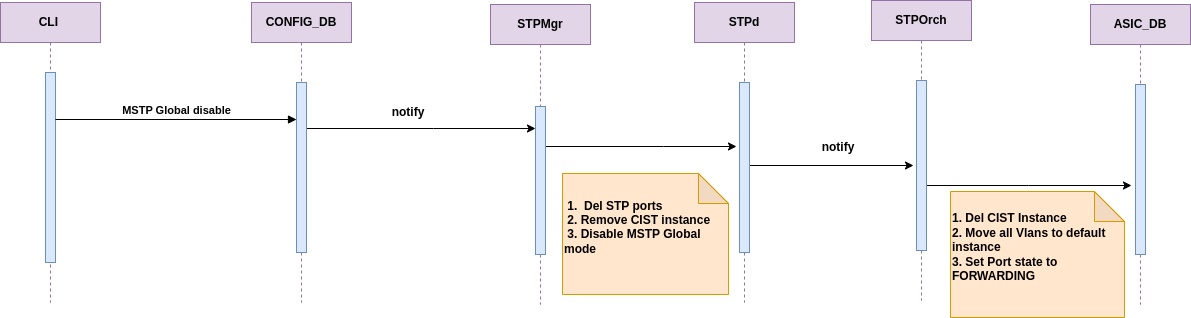
Before: doc/MSTP/images/MSTP_Global_disable.drawio.png, a diagram exported from draw.io (sonic-net/SONiC). Source tidied: cells renumbered, new cells last; positions are measured from the earlier drawing's top-left corner, leaving out a move shared by most shapes. Its diagram source:
```xml
<mxGraphModel>
  <root>
    <mxCell id="0" />
    <mxCell id="1" parent="0" />
    <mxCell id="2" value="CLI&amp;nbsp;" style="shape=umlLifeline;perimeter=lifelinePerimeter;whiteSpace=wrap;html=1;newEdgeStyle={&quot;edgeStyle&quot;:&quot;elbowEdgeStyle&quot;,&quot;elbow&quot;:&quot;vertical&quot;,&quot;curved&quot;:0,&quot;rounded&quot;:0};fillColor=#e1d5e7;strokeColor=#9673a6;fontStyle=1;" parent="1" vertex="1">
      <mxGeometry y="2" width="100" height="300" as="geometry" />
    </mxCell>
    <mxCell id="3" style="html=1;points=[];perimeter=orthogonalPerimeter;outlineConnect=0;targetShapes=umlLifeline;portConstraint=eastwest;newEdgeStyle={&quot;edgeStyle&quot;:&quot;elbowEdgeStyle&quot;,&quot;elbow&quot;:&quot;vertical&quot;,&quot;curved&quot;:0,&quot;rounded&quot;:0};fillColor=#dae8fc;strokeColor=#6c8ebf;fontStyle=1;" parent="2" vertex="1">
      <mxGeometry x="45" y="70" width="10" height="190" as="geometry" />
    </mxCell>
    <mxCell id="4" style="edgeStyle=elbowEdgeStyle;rounded=0;jettySize=auto;html=1;elbow=vertical;curved=0;fontStyle=1;" parent="1" edge="1" source="5" target="10">
      <mxGeometry relative="1" as="geometry">
        <Array as="points">
          <mxPoint x="433" y="128" />
        </Array>
      </mxGeometry>
    </mxCell>
    <mxCell id="5" value="CONFIG_DB" style="shape=umlLifeline;perimeter=lifelinePerimeter;whiteSpace=wrap;html=1;outlineConnect=0;portConstraint=eastwest;newEdgeStyle={&quot;edgeStyle&quot;:&quot;elbowEdgeStyle&quot;,&quot;elbow&quot;:&quot;vertical&quot;,&quot;curved&quot;:0,&quot;rounded&quot;:0};fillColor=#e1d5e7;strokeColor=#9673a6;fontStyle=1;" parent="1" vertex="1">
      <mxGeometry x="251" y="2" width="100" height="300" as="geometry" />
    </mxCell>
    <mxCell id="6" style="html=1;points=[];perimeter=orthogonalPerimeter;outlineConnect=0;targetShapes=umlLifeline;portConstraint=eastwest;newEdgeStyle={&quot;edgeStyle&quot;:&quot;elbowEdgeStyle&quot;,&quot;elbow&quot;:&quot;vertical&quot;,&quot;curved&quot;:0,&quot;rounded&quot;:0};fillColor=#dae8fc;strokeColor=#6c8ebf;fontStyle=1;" parent="5" vertex="1">
      <mxGeometry x="45" y="80" width="10" height="170" as="geometry" />
    </mxCell>
    <mxCell id="7" value="MSTP Global disable" style="html=1;verticalAlign=bottom;endArrow=block;edgeStyle=elbowEdgeStyle;elbow=vertical;curved=0;rounded=0;fontStyle=1;" parent="1" edge="1" source="3" target="6">
      <mxGeometry relative="1" as="geometry">
        <Array as="points">
          <mxPoint x="222" y="119" />
          <mxPoint x="260" y="82" />
        </Array>
      </mxGeometry>
    </mxCell>
    <mxCell id="8" style="edgeStyle=elbowEdgeStyle;rounded=0;jettySize=auto;html=1;elbow=vertical;curved=0;fontStyle=1;" parent="1" edge="1" source="9">
      <mxGeometry relative="1" as="geometry">
        <mxPoint x="736" y="146" as="targetPoint" />
      </mxGeometry>
    </mxCell>
    <mxCell id="9" value="STPMgr" style="shape=umlLifeline;perimeter=lifelinePerimeter;whiteSpace=wrap;html=1;outlineConnect=0;portConstraint=eastwest;newEdgeStyle={&quot;edgeStyle&quot;:&quot;elbowEdgeStyle&quot;,&quot;elbow&quot;:&quot;vertical&quot;,&quot;curved&quot;:0,&quot;rounded&quot;:0};fillColor=#e1d5e7;strokeColor=#9673a6;fontStyle=1;" parent="1" vertex="1">
      <mxGeometry x="490" y="4" width="100" height="300" as="geometry" />
    </mxCell>
    <mxCell id="10" style="html=1;points=[];perimeter=orthogonalPerimeter;outlineConnect=0;targetShapes=umlLifeline;portConstraint=eastwest;newEdgeStyle={&quot;edgeStyle&quot;:&quot;elbowEdgeStyle&quot;,&quot;elbow&quot;:&quot;vertical&quot;,&quot;curved&quot;:0,&quot;rounded&quot;:0};fillColor=#dae8fc;strokeColor=#6c8ebf;fontStyle=1;" parent="9" vertex="1">
      <mxGeometry x="45" y="102" width="10" height="148" as="geometry" />
    </mxCell>
    <mxCell id="11" style="edgeStyle=elbowEdgeStyle;rounded=0;jettySize=auto;html=1;elbow=vertical;curved=0;fontStyle=1;" parent="1" edge="1" source="12">
      <mxGeometry relative="1" as="geometry">
        <mxPoint x="913" y="165" as="targetPoint" />
      </mxGeometry>
    </mxCell>
    <mxCell id="12" value="STPd" style="shape=umlLifeline;perimeter=lifelinePerimeter;whiteSpace=wrap;html=1;outlineConnect=0;portConstraint=eastwest;newEdgeStyle={&quot;edgeStyle&quot;:&quot;elbowEdgeStyle&quot;,&quot;elbow&quot;:&quot;vertical&quot;,&quot;curved&quot;:0,&quot;rounded&quot;:0};fillColor=#e1d5e7;strokeColor=#9673a6;fontStyle=1;" parent="1" vertex="1">
      <mxGeometry x="694" y="2" width="100" height="300" as="geometry" />
    </mxCell>
    <mxCell id="13" style="html=1;perimeter=orthogonalPerimeter;targetShapes=umlLifeline;newEdgeStyle={&quot;edgeStyle&quot;:&quot;elbowEdgeStyle&quot;,&quot;elbow&quot;:&quot;vertical&quot;,&quot;curved&quot;:0,&quot;rounded&quot;:0};fillColor=#dae8fc;strokeColor=#6c8ebf;fontStyle=1;" parent="12" vertex="1">
      <mxGeometry x="45" y="80" width="10" height="170" as="geometry" />
    </mxCell>
    <mxCell id="14" style="edgeStyle=elbowEdgeStyle;rounded=0;orthogonalLoop=1;jettySize=auto;html=1;elbow=vertical;curved=0;fontStyle=1;" parent="1" edge="1">
      <mxGeometry relative="1" as="geometry">
        <mxPoint x="925" y="185" as="sourcePoint" />
        <mxPoint x="1131" y="185" as="targetPoint" />
      </mxGeometry>
    </mxCell>
    <mxCell id="15" value="STPOrch" style="shape=umlLifeline;perimeter=lifelinePerimeter;whiteSpace=wrap;html=1;newEdgeStyle={&quot;edgeStyle&quot;:&quot;elbowEdgeStyle&quot;,&quot;elbow&quot;:&quot;vertical&quot;,&quot;curved&quot;:0,&quot;rounded&quot;:0};fillColor=#e1d5e7;strokeColor=#9673a6;fontStyle=1;" parent="1" vertex="1">
      <mxGeometry x="871" width="100" height="300" as="geometry" />
    </mxCell>
    <mxCell id="16" style="html=1;perimeter=orthogonalPerimeter;targetShapes=umlLifeline;newEdgeStyle={&quot;edgeStyle&quot;:&quot;elbowEdgeStyle&quot;,&quot;elbow&quot;:&quot;vertical&quot;,&quot;curved&quot;:0,&quot;rounded&quot;:0};fillColor=#dae8fc;strokeColor=#6c8ebf;fontStyle=1;" parent="15" vertex="1">
      <mxGeometry x="45" y="80" width="10" height="170" as="geometry" />
    </mxCell>
    <mxCell id="17" value="ASIC_DB" style="shape=umlLifeline;perimeter=lifelinePerimeter;whiteSpace=wrap;html=1;newEdgeStyle={&quot;edgeStyle&quot;:&quot;elbowEdgeStyle&quot;,&quot;elbow&quot;:&quot;vertical&quot;,&quot;curved&quot;:0,&quot;rounded&quot;:0};fillColor=#e1d5e7;strokeColor=#9673a6;fontStyle=1;" parent="1" vertex="1">
      <mxGeometry x="1090" y="4" width="100" height="300" as="geometry" />
    </mxCell>
    <mxCell id="18" style="html=1;perimeter=orthogonalPerimeter;targetShapes=umlLifeline;newEdgeStyle={&quot;edgeStyle&quot;:&quot;elbowEdgeStyle&quot;,&quot;elbow&quot;:&quot;vertical&quot;,&quot;curved&quot;:0,&quot;rounded&quot;:0};fillColor=#dae8fc;strokeColor=#6c8ebf;fontStyle=1;" parent="17" vertex="1">
      <mxGeometry x="45" y="80" width="10" height="170" as="geometry" />
    </mxCell>
    <mxCell id="19" value="notify" style="text;html=1;align=center;verticalAlign=middle;whiteSpace=wrap;rounded=0;fontStyle=1;" parent="1" vertex="1">
      <mxGeometry x="378" y="97" width="60" height="30" as="geometry" />
    </mxCell>
    <mxCell id="20" value="notify" style="text;html=1;align=center;verticalAlign=middle;whiteSpace=wrap;rounded=0;fontStyle=1;" parent="1" vertex="1">
      <mxGeometry x="808" y="132" width="60" height="30" as="geometry" />
    </mxCell>
    <mxCell id="21" value="&lt;font face=&quot;Helvetica, VP Default&quot;&gt;1. Del CIST Instance&lt;/font&gt;&lt;div&gt;&lt;font face=&quot;Helvetica, VP Default&quot;&gt;2. Move&amp;nbsp;&lt;/font&gt;&lt;span style=&quot;font-family: Helvetica, &amp;quot;VP Default&amp;quot;;&quot;&gt;all Vlans to default instance&lt;/span&gt;&lt;font face=&quot;Helvetica, VP Default&quot;&gt;&lt;br&gt;&lt;/font&gt;&lt;div&gt;&lt;font face=&quot;Helvetica, VP Default&quot;&gt;3. Set Port state to FORWARDING&lt;/font&gt;&lt;div&gt;&lt;br&gt;&lt;/div&gt;&lt;/div&gt;&lt;/div&gt;" style="shape=note;whiteSpace=wrap;html=1;backgroundOutline=1;darkOpacity=0.05;align=left;fillColor=#ffe6cc;strokeColor=#d79b00;fontStyle=1;" parent="1" vertex="1">
      <mxGeometry x="950" y="191" width="174" height="126" as="geometry" />
    </mxCell>
    <mxCell id="22" value="&lt;span style=&quot;font-family: Helvetica, &amp;quot;VP Default&amp;quot;;&quot;&gt;&amp;nbsp;1.&lt;/span&gt;&lt;span style=&quot;background-color: initial; font-family: Helvetica, &amp;quot;VP Default&amp;quot;;&quot;&gt;&amp;nbsp; &lt;/span&gt;&lt;span style=&quot;background-color: initial; font-family: Helvetica, &amp;quot;VP Default&amp;quot;;&quot;&gt;Del STP ports&lt;/span&gt;&lt;div&gt;&lt;span style=&quot;background-color: initial; font-family: Helvetica, &amp;quot;VP Default&amp;quot;;&quot;&gt;&amp;nbsp;2. Remove CIST instance&lt;/span&gt;&lt;span style=&quot;background-color: initial; font-family: Helvetica, &amp;quot;VP Default&amp;quot;;&quot;&gt;&amp;nbsp;&lt;/span&gt;&lt;/div&gt;&lt;div&gt;&lt;div&gt;&lt;span style=&quot;background-color: initial; font-family: Helvetica, &amp;quot;VP Default&amp;quot;;&quot;&gt;&amp;nbsp;3.&amp;nbsp;&lt;/span&gt;&lt;span style=&quot;background-color: initial; font-family: Helvetica, &amp;quot;VP Default&amp;quot;;&quot;&gt;Disable MSTP Global mode&amp;nbsp;&lt;/span&gt;&lt;span style=&quot;background-color: initial; font-family: Helvetica, &amp;quot;VP Default&amp;quot;;&quot;&gt;&amp;nbsp;&amp;nbsp;&lt;/span&gt;&lt;/div&gt;&lt;div&gt;&lt;span style=&quot;background-color: initial; font-family: Helvetica, &amp;quot;VP Default&amp;quot;;&quot;&gt;&amp;nbsp; &amp;nbsp; &amp;nbsp; &amp;nbsp; &amp;nbsp; &amp;nbsp; &amp;nbsp; &amp;nbsp; &amp;nbsp; &amp;nbsp; &amp;nbsp; &amp;nbsp; &amp;nbsp; &amp;nbsp; &amp;nbsp; &amp;nbsp; &amp;nbsp; &amp;nbsp; &amp;nbsp; &amp;nbsp;&amp;nbsp;&lt;/span&gt;&lt;/div&gt;&lt;/div&gt;" style="shape=note;whiteSpace=wrap;html=1;backgroundOutline=1;darkOpacity=0.05;align=left;fillColor=#ffe6cc;strokeColor=#d79b00;fontStyle=1;" parent="1" vertex="1">
      <mxGeometry x="562" y="173" width="166" height="121" as="geometry" />
    </mxCell>
  </root>
</mxGraphModel>
```
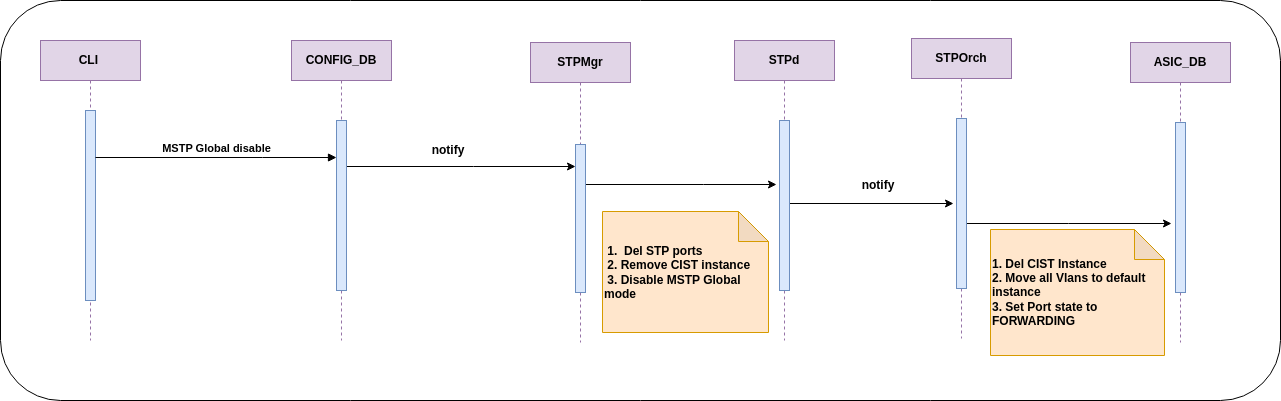
The same diagram one commit later.

Change to the diagram source:
```diff
@@ -2,6 +2,9 @@
   <root>
     <mxCell id="0" />
     <mxCell id="1" parent="0" />
+    <mxCell id="23" style="rounded=1;whiteSpace=wrap;html=1;" parent="1" vertex="1">
+      <mxGeometry x="-40" y="-38" width="1280" height="400" as="geometry" />
+    </mxCell>
     <mxCell id="2" value="CLI&amp;nbsp;" style="shape=umlLifeline;perimeter=lifelinePerimeter;whiteSpace=wrap;html=1;newEdgeStyle={&quot;edgeStyle&quot;:&quot;elbowEdgeStyle&quot;,&quot;elbow&quot;:&quot;vertical&quot;,&quot;curved&quot;:0,&quot;rounded&quot;:0};fillColor=#e1d5e7;strokeColor=#9673a6;fontStyle=1;" parent="1" vertex="1">
       <mxGeometry y="2" width="100" height="300" as="geometry" />
     </mxCell>
@@ -75,10 +78,10 @@
     <mxCell id="20" value="notify" style="text;html=1;align=center;verticalAlign=middle;whiteSpace=wrap;rounded=0;fontStyle=1;" parent="1" vertex="1">
       <mxGeometry x="808" y="132" width="60" height="30" as="geometry" />
     </mxCell>
-    <mxCell id="21" value="&lt;font face=&quot;Helvetica, VP Default&quot;&gt;1. Del CIST Instance&lt;/font&gt;&lt;div&gt;&lt;font face=&quot;Helvetica, VP Default&quot;&gt;2. Move&amp;nbsp;&lt;/font&gt;&lt;span style=&quot;font-family: Helvetica, &amp;quot;VP Default&amp;quot;;&quot;&gt;all Vlans to default instance&lt;/span&gt;&lt;font face=&quot;Helvetica, VP Default&quot;&gt;&lt;br&gt;&lt;/font&gt;&lt;div&gt;&lt;font face=&quot;Helvetica, VP Default&quot;&gt;3. Set Port state to FORWARDING&lt;/font&gt;&lt;div&gt;&lt;br&gt;&lt;/div&gt;&lt;/div&gt;&lt;/div&gt;" style="shape=note;whiteSpace=wrap;html=1;backgroundOutline=1;darkOpacity=0.05;align=left;fillColor=#ffe6cc;strokeColor=#d79b00;fontStyle=1;" parent="1" vertex="1">
+    <mxCell id="21" value="&lt;font face=&quot;Helvetica, VP Default&quot;&gt;1. Del CIST Instance&lt;/font&gt;&lt;div&gt;&lt;font face=&quot;Helvetica, VP Default&quot;&gt;2. Move&amp;nbsp;&lt;/font&gt;&lt;span style=&quot;font-family: Helvetica, &amp;quot;VP Default&amp;quot;;&quot;&gt;all Vlans to default instance&lt;/span&gt;&lt;font face=&quot;Helvetica, VP Default&quot;&gt;&lt;br&gt;&lt;/font&gt;&lt;div&gt;&lt;font face=&quot;Helvetica, VP Default&quot;&gt;3. Set Port state to FORWARDING&lt;/font&gt;&lt;/div&gt;&lt;/div&gt;" style="shape=note;whiteSpace=wrap;html=1;backgroundOutline=1;darkOpacity=0.05;align=left;fillColor=#ffe6cc;strokeColor=#d79b00;fontStyle=1;" parent="1" vertex="1">
       <mxGeometry x="950" y="191" width="174" height="126" as="geometry" />
     </mxCell>
-    <mxCell id="22" value="&lt;span style=&quot;font-family: Helvetica, &amp;quot;VP Default&amp;quot;;&quot;&gt;&amp;nbsp;1.&lt;/span&gt;&lt;span style=&quot;background-color: initial; font-family: Helvetica, &amp;quot;VP Default&amp;quot;;&quot;&gt;&amp;nbsp; &lt;/span&gt;&lt;span style=&quot;background-color: initial; font-family: Helvetica, &amp;quot;VP Default&amp;quot;;&quot;&gt;Del STP ports&lt;/span&gt;&lt;div&gt;&lt;span style=&quot;background-color: initial; font-family: Helvetica, &amp;quot;VP Default&amp;quot;;&quot;&gt;&amp;nbsp;2. Remove CIST instance&lt;/span&gt;&lt;span style=&quot;background-color: initial; font-family: Helvetica, &amp;quot;VP Default&amp;quot;;&quot;&gt;&amp;nbsp;&lt;/span&gt;&lt;/div&gt;&lt;div&gt;&lt;div&gt;&lt;span style=&quot;background-color: initial; font-family: Helvetica, &amp;quot;VP Default&amp;quot;;&quot;&gt;&amp;nbsp;3.&amp;nbsp;&lt;/span&gt;&lt;span style=&quot;background-color: initial; font-family: Helvetica, &amp;quot;VP Default&amp;quot;;&quot;&gt;Disable MSTP Global mode&amp;nbsp;&lt;/span&gt;&lt;span style=&quot;background-color: initial; font-family: Helvetica, &amp;quot;VP Default&amp;quot;;&quot;&gt;&amp;nbsp;&amp;nbsp;&lt;/span&gt;&lt;/div&gt;&lt;div&gt;&lt;span style=&quot;background-color: initial; font-family: Helvetica, &amp;quot;VP Default&amp;quot;;&quot;&gt;&amp;nbsp; &amp;nbsp; &amp;nbsp; &amp;nbsp; &amp;nbsp; &amp;nbsp; &amp;nbsp; &amp;nbsp; &amp;nbsp; &amp;nbsp; &amp;nbsp; &amp;nbsp; &amp;nbsp; &amp;nbsp; &amp;nbsp; &amp;nbsp; &amp;nbsp; &amp;nbsp; &amp;nbsp; &amp;nbsp;&amp;nbsp;&lt;/span&gt;&lt;/div&gt;&lt;/div&gt;" style="shape=note;whiteSpace=wrap;html=1;backgroundOutline=1;darkOpacity=0.05;align=left;fillColor=#ffe6cc;strokeColor=#d79b00;fontStyle=1;" parent="1" vertex="1">
+    <mxCell id="22" value="&lt;span style=&quot;font-family: Helvetica, &amp;quot;VP Default&amp;quot;;&quot;&gt;&amp;nbsp;1.&lt;/span&gt;&lt;span style=&quot;background-color: initial; font-family: Helvetica, &amp;quot;VP Default&amp;quot;;&quot;&gt;&amp;nbsp; &lt;/span&gt;&lt;span style=&quot;background-color: initial; font-family: Helvetica, &amp;quot;VP Default&amp;quot;;&quot;&gt;Del STP ports&lt;/span&gt;&lt;div&gt;&lt;span style=&quot;background-color: initial; font-family: Helvetica, &amp;quot;VP Default&amp;quot;;&quot;&gt;&amp;nbsp;2. Remove CIST instance&lt;/span&gt;&lt;span style=&quot;background-color: initial; font-family: Helvetica, &amp;quot;VP Default&amp;quot;;&quot;&gt;&amp;nbsp;&lt;/span&gt;&lt;/div&gt;&lt;div&gt;&lt;div&gt;&lt;span style=&quot;background-color: initial; font-family: Helvetica, &amp;quot;VP Default&amp;quot;;&quot;&gt;&amp;nbsp;3.&amp;nbsp;&lt;/span&gt;&lt;span style=&quot;background-color: initial; font-family: Helvetica, &amp;quot;VP Default&amp;quot;;&quot;&gt;Disable MSTP Global mode&lt;/span&gt;&lt;/div&gt;&lt;/div&gt;" style="shape=note;whiteSpace=wrap;html=1;backgroundOutline=1;darkOpacity=0.05;align=left;fillColor=#ffe6cc;strokeColor=#d79b00;fontStyle=1;" parent="1" vertex="1">
       <mxGeometry x="562" y="173" width="166" height="121" as="geometry" />
     </mxCell>
   </root>
```
